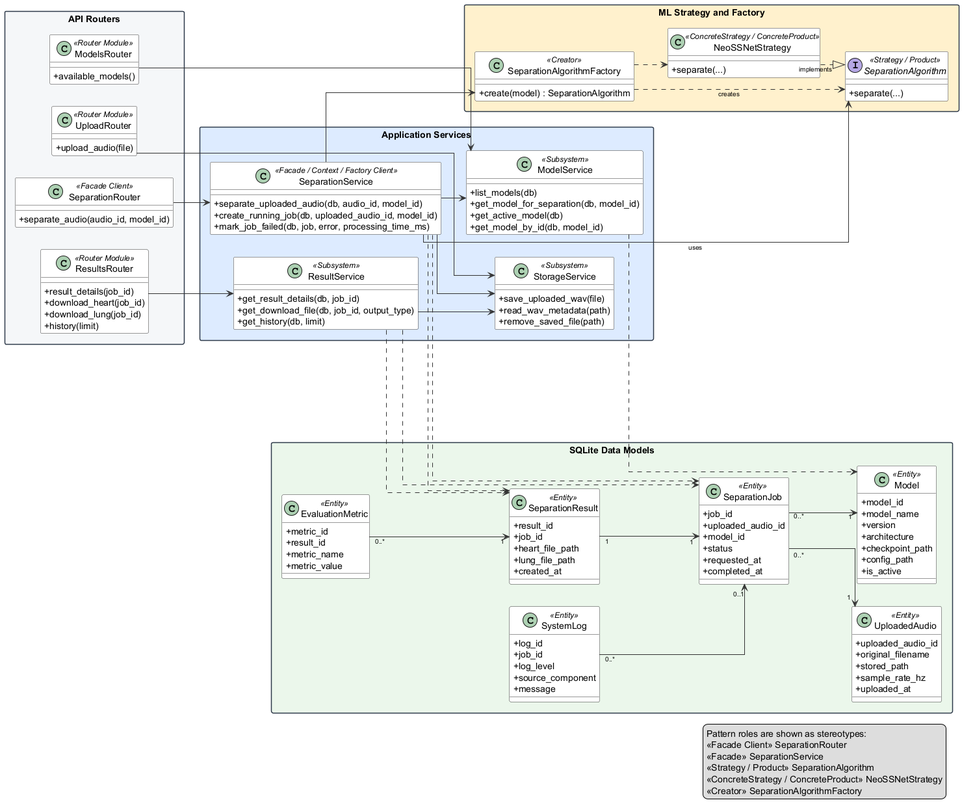
ASHRAF-2004/Machine-Learning-Based-System-for-Cardiopulmonary-Sound-Separation keeps this PlantUML diagram as docs/software_design_report/diagrams/img/overall_class_diagram.png. Above is the earlier version.
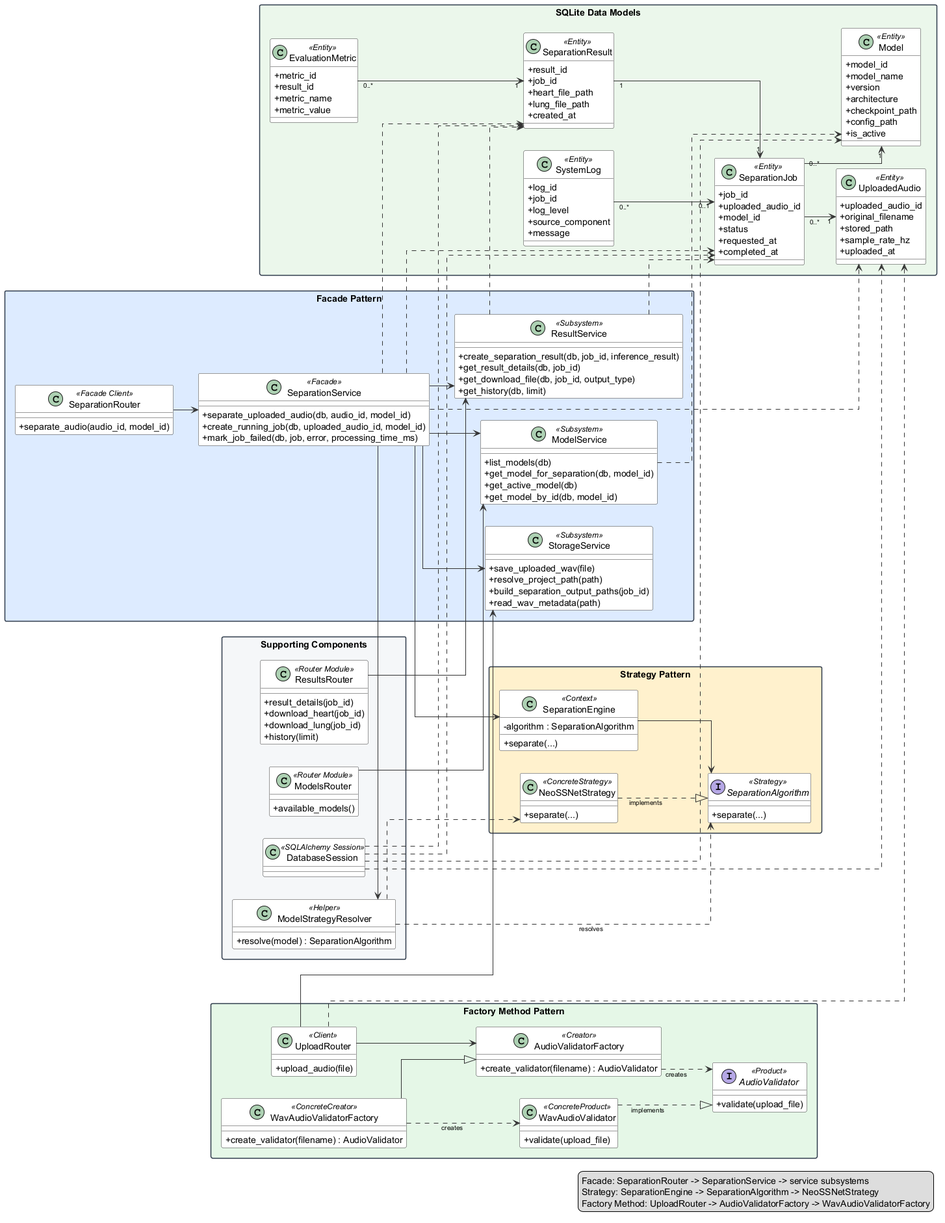
The same diagram one commit later.

Diff of the diagram source:
```diff
@@ -18,29 +18,12 @@
   FontStyle bold
 }
 
-package "API Routers" as Routers #F4F6F8 {
-  class UploadRouter <<Router Module>> {
-    +upload_audio(file)
-  }
-
+package "Facade Pattern" as FacadePkg #DCEBFF {
   class SeparationRouter <<Facade Client>> {
     +separate_audio(audio_id, model_id)
   }
 
-  class ModelsRouter <<Router Module>> {
-    +available_models()
-  }
-
-  class ResultsRouter <<Router Module>> {
-    +result_details(job_id)
-    +download_heart(job_id)
-    +download_lung(job_id)
-    +history(limit)
-  }
-}
-
-package "Application Services" as Services #DCEBFF {
-  class SeparationService <<Facade / Context / Factory Client>> {
+  class SeparationService <<Facade>> {
     +separate_uploaded_audio(db, audio_id, model_id)
     +create_running_job(db, uploaded_audio_id, model_id)
     +mark_job_failed(db, job, error, processing_time_ms)
@@ -55,32 +38,76 @@
 
   class StorageService <<Subsystem>> {
     +save_uploaded_wav(file)
+    +resolve_project_path(path)
+    +build_separation_output_paths(job_id)
     +read_wav_metadata(path)
-    +remove_saved_file(path)
   }
 
   class ResultService <<Subsystem>> {
+    +create_separation_result(db, job_id, inference_result)
     +get_result_details(db, job_id)
     +get_download_file(db, job_id, output_type)
     +get_history(db, limit)
   }
 }
 
-package "ML Strategy and Factory" as ML #FFF1CC {
-  class SeparationAlgorithmFactory <<Creator>> {
-    +create(model) : SeparationAlgorithm
-  }
-
-  interface SeparationAlgorithm <<Strategy / Product>> {
+package "Strategy Pattern" as StrategyPkg #FFF1CC {
+  class SeparationEngine <<Context>> {
+    -algorithm : SeparationAlgorithm
     +separate(...)
   }
 
-  class NeoSSNetStrategy <<ConcreteStrategy / ConcreteProduct>> {
+  interface SeparationAlgorithm <<Strategy>> {
+    +separate(...)
+  }
+
+  class NeoSSNetStrategy <<ConcreteStrategy>> {
     +separate(...)
   }
 }
 
-package "SQLite Data Models" as Data #EAF7EA {
+package "Factory Method Pattern" as FactoryPkg #E4F7E7 {
+  class UploadRouter <<Client>> {
+    +upload_audio(file)
+  }
+
+  class AudioValidatorFactory <<Creator>> {
+    +create_validator(filename) : AudioValidator
+  }
+
+  class WavAudioValidatorFactory <<ConcreteCreator>> {
+    +create_validator(filename) : AudioValidator
+  }
+
+  interface AudioValidator <<Product>> {
+    +validate(upload_file)
+  }
+
+  class WavAudioValidator <<ConcreteProduct>> {
+    +validate(upload_file)
+  }
+}
+
+package "Supporting Components" as SupportPkg #F4F6F8 {
+  class ModelsRouter <<Router Module>> {
+    +available_models()
+  }
+
+  class ResultsRouter <<Router Module>> {
+    +result_details(job_id)
+    +download_heart(job_id)
+    +download_lung(job_id)
+    +history(limit)
+  }
+
+  class ModelStrategyResolver <<Helper>> {
+    +resolve(model) : SeparationAlgorithm
+  }
+
+  class DatabaseSession <<SQLAlchemy Session>>
+}
+
+package "SQLite Data Models" as DataPkg #EAF7EA {
   class UploadedAudio <<Entity>> {
     +uploaded_audio_id
     +original_filename
@@ -132,25 +159,39 @@
   }
 }
 
+UploadRouter --> AudioValidatorFactory
+WavAudioValidatorFactory --|> AudioValidatorFactory
+AudioValidatorFactory ..> AudioValidator : creates
+WavAudioValidatorFactory ..> WavAudioValidator : creates
+WavAudioValidator ..|> AudioValidator : implements
 UploadRouter --> StorageService
+UploadRouter ..> UploadedAudio
+
 SeparationRouter --> SeparationService
+SeparationService --> ModelService
+SeparationService --> StorageService
+SeparationService --> ResultService
+SeparationService --> ModelStrategyResolver
+SeparationService --> SeparationEngine
+SeparationService ..> UploadedAudio
+SeparationService ..> SeparationJob
+SeparationService ..> SeparationResult
+
+SeparationEngine --> SeparationAlgorithm
+NeoSSNetStrategy ..|> SeparationAlgorithm : implements
+ModelStrategyResolver ..> SeparationAlgorithm : resolves
+ModelStrategyResolver ..> NeoSSNetStrategy
+
 ModelsRouter --> ModelService
 ResultsRouter --> ResultService
+ModelService ..> Model
+ResultService ..> SeparationResult
+ResultService ..> SeparationJob
 
-SeparationService --> ModelService
-SeparationService --> StorageService
-SeparationService --> SeparationAlgorithmFactory
-SeparationService --> SeparationAlgorithm : uses
-SeparationService ..> SeparationJob
-SeparationService ..> SeparationResult
-ResultService --> StorageService
-ResultService ..> SeparationJob
-ResultService ..> SeparationResult
-ModelService ..> Model
-
-SeparationAlgorithmFactory ..> SeparationAlgorithm : creates
-SeparationAlgorithmFactory ..> NeoSSNetStrategy
-NeoSSNetStrategy ..|> SeparationAlgorithm : implements
+DatabaseSession ..> UploadedAudio
+DatabaseSession ..> Model
+DatabaseSession ..> SeparationJob
+DatabaseSession ..> SeparationResult
 
 SeparationJob "0..*" --> "1" UploadedAudio
 SeparationJob "0..*" --> "1" Model
@@ -159,12 +200,9 @@
 SystemLog "0..*" --> "0..1" SeparationJob
 
 legend right
-  Pattern roles are shown as stereotypes:
-  <<Facade Client>> SeparationRouter
-  <<Facade>> SeparationService
-  <<Strategy / Product>> SeparationAlgorithm
-  <<ConcreteStrategy / ConcreteProduct>> NeoSSNetStrategy
-  <<Creator>> SeparationAlgorithmFactory
+  Facade: SeparationRouter -> SeparationService -> service subsystems
+  Strategy: SeparationEngine -> SeparationAlgorithm -> NeoSSNetStrategy
+  Factory Method: UploadRouter -> AudioValidatorFactory -> WavAudioValidatorFactory
 endlegend
 
 @enduml
```
